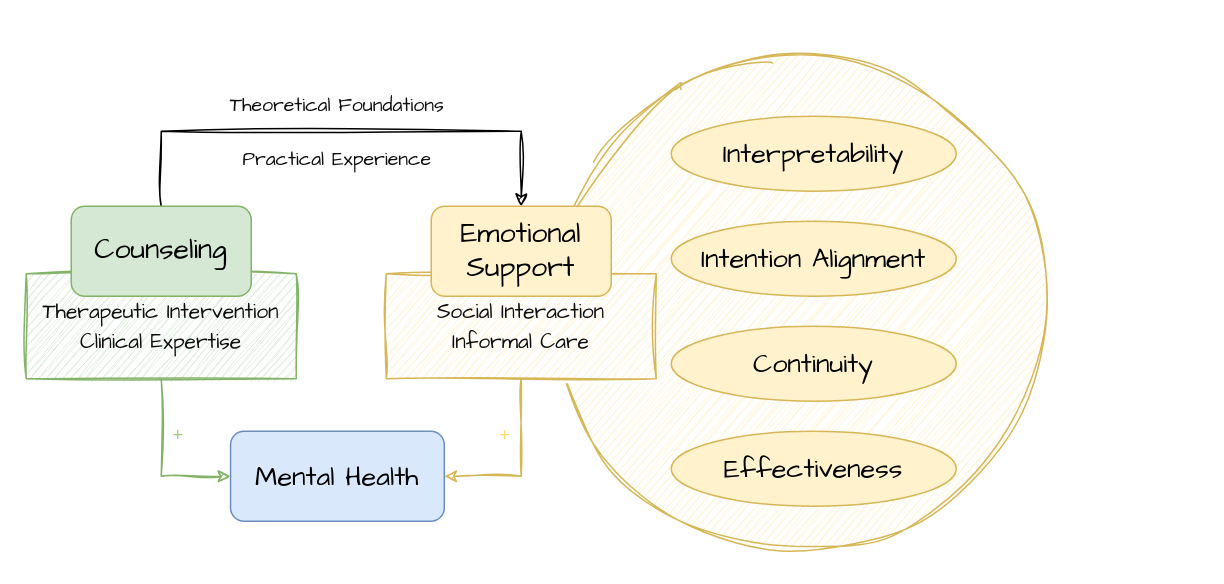
The draw.io diagram 2025summer.drawio in 43zxj/-, before the edit. Source tidied: cells renumbered, new cells numbered last; positions are measured from the earlier drawing's top-left corner, leaving out a move shared by most shapes. Both pictures are drawn from the tidied source at 150%, with x=0, y=0 at pixel (26, 26).
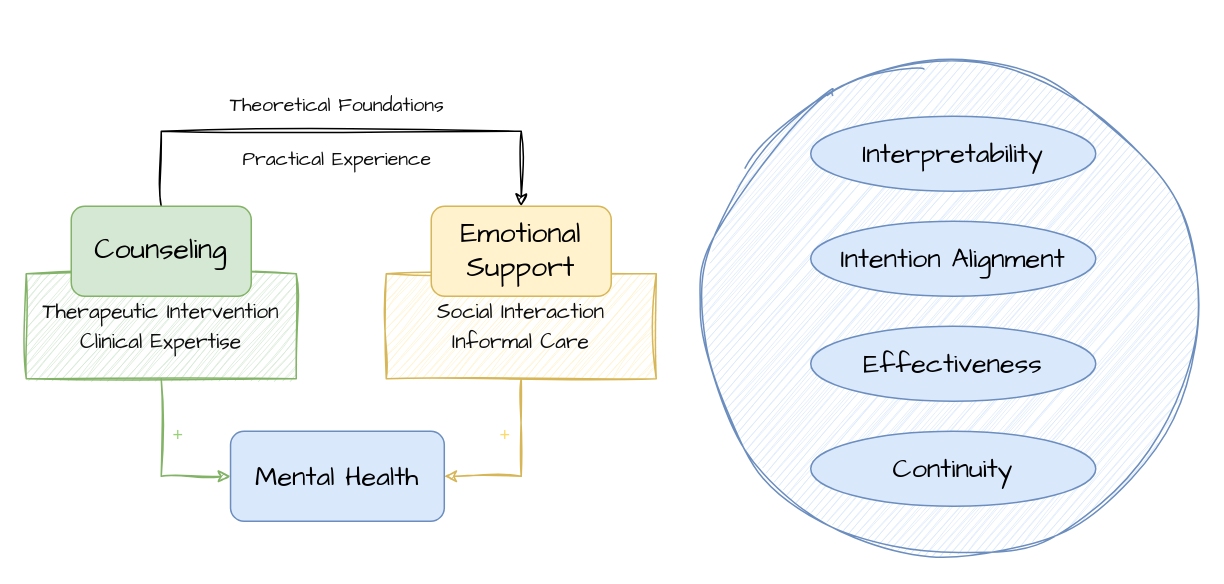
Above is the later version.

Diff of the diagram source:
```diff
@@
-    <mxCell id="2" style="ellipse;whiteSpace=wrap;html=1;fillColor=#fff2cc;strokeColor=#d6b656;shadow=0;sketch=1;curveFitting=1;jiggle=2;" parent="1" vertex="1">
-      <mxGeometry x="350" y="20" width="330" height="330" as="geometry" />
+    <mxCell id="2" style="ellipse;whiteSpace=wrap;html=1;fillColor=#dae8fc;strokeColor=#6c8ebf;shadow=0;sketch=1;curveFitting=1;jiggle=2;" parent="1" vertex="1">
+      <mxGeometry x="451" y="24" width="330" height="330" as="geometry" />
     </mxCell>
@@
     <mxCell id="11" value="&lt;p class=&quot;p1&quot; style=&quot;margin: 0px; font-variant-numeric: normal; font-variant-east-asian: normal; font-variant-alternates: normal; font-size-adjust: none; font-kerning: auto; font-optical-sizing: auto; font-feature-settings: normal; font-variation-settings: normal; font-variant-position: normal; font-stretch: normal; line-height: normal; color: rgb(14, 14, 14); text-align: start; text-wrap-mode: wrap;&quot;&gt;&lt;br&gt;&lt;/p&gt;" style="text;html=1;align=center;verticalAlign=middle;strokeColor=none;fillColor=none;fontSize=13;fontFamily=Comic Sans MS;fontStyle=0;" parent="1" vertex="1">
-      <mxGeometry x="245" width="20" height="30" as="geometry" />
+      <mxGeometry x="338" width="20" height="30" as="geometry" />
     </mxCell>
@@
-    <mxCell id="14" value="&lt;span style=&quot;font-family: &amp;quot;Comic Sans MS&amp;quot;; font-size: 18px;&quot;&gt;Interpretability&lt;/span&gt;" style="ellipse;whiteSpace=wrap;html=1;fillColor=#fff2cc;strokeColor=#d6b656;" parent="1" vertex="1">
-      <mxGeometry x="430" y="60" width="190" height="50" as="geometry" />
+    <mxCell id="14" value="&lt;span style=&quot;font-family: &amp;quot;Comic Sans MS&amp;quot;; font-size: 18px;&quot;&gt;Interpretability&lt;/span&gt;" style="ellipse;whiteSpace=wrap;html=1;fillColor=#dae8fc;strokeColor=#6c8ebf;" parent="1" vertex="1">
+      <mxGeometry x="523" y="60" width="190" height="50" as="geometry" />
     </mxCell>
-    <mxCell id="15" value="&lt;font face=&quot;Comic Sans MS&quot;&gt;&lt;span style=&quot;font-size: 18px;&quot;&gt;Intention Alignment&lt;/span&gt;&lt;/font&gt;" style="ellipse;whiteSpace=wrap;html=1;fillColor=#fff2cc;strokeColor=#d6b656;" parent="1" vertex="1">
-      <mxGeometry x="430" y="130" width="190" height="50" as="geometry" />
+    <mxCell id="15" value="&lt;font face=&quot;Comic Sans MS&quot;&gt;&lt;span style=&quot;font-size: 18px;&quot;&gt;Intention Alignment&lt;/span&gt;&lt;/font&gt;" style="ellipse;whiteSpace=wrap;html=1;fillColor=#dae8fc;strokeColor=#6c8ebf;" parent="1" vertex="1">
+      <mxGeometry x="523" y="130" width="190" height="50" as="geometry" />
     </mxCell>
-    <mxCell id="16" value="&lt;font face=&quot;Comic Sans MS&quot;&gt;&lt;span style=&quot;font-size: 18px;&quot;&gt;Continuity&lt;/span&gt;&lt;/font&gt;" style="ellipse;whiteSpace=wrap;html=1;fillColor=#fff2cc;strokeColor=#d6b656;" parent="1" vertex="1">
-      <mxGeometry x="430" y="200" width="190" height="50" as="geometry" />
+    <mxCell id="16" value="&lt;font face=&quot;Comic Sans MS&quot;&gt;&lt;span style=&quot;font-size: 18px;&quot;&gt;Continuity&lt;/span&gt;&lt;/font&gt;" style="ellipse;whiteSpace=wrap;html=1;fillColor=#dae8fc;strokeColor=#6c8ebf;" parent="1" vertex="1">
+      <mxGeometry x="523" y="270" width="190" height="50" as="geometry" />
     </mxCell>
-    <mxCell id="17" value="&lt;font face=&quot;Comic Sans MS&quot;&gt;&lt;span style=&quot;font-size: 18px;&quot;&gt;Effectiveness&lt;/span&gt;&lt;/font&gt;" style="ellipse;whiteSpace=wrap;html=1;fillColor=#fff2cc;strokeColor=#d6b656;" parent="1" vertex="1">
-      <mxGeometry x="430" y="270" width="190" height="50" as="geometry" />
+    <mxCell id="17" value="&lt;font face=&quot;Comic Sans MS&quot;&gt;&lt;span style=&quot;font-size: 18px;&quot;&gt;Effectiveness&lt;/span&gt;&lt;/font&gt;" style="ellipse;whiteSpace=wrap;html=1;fillColor=#dae8fc;strokeColor=#6c8ebf;" parent="1" vertex="1">
+      <mxGeometry x="523" y="200" width="190" height="50" as="geometry" />
     </mxCell>
```
